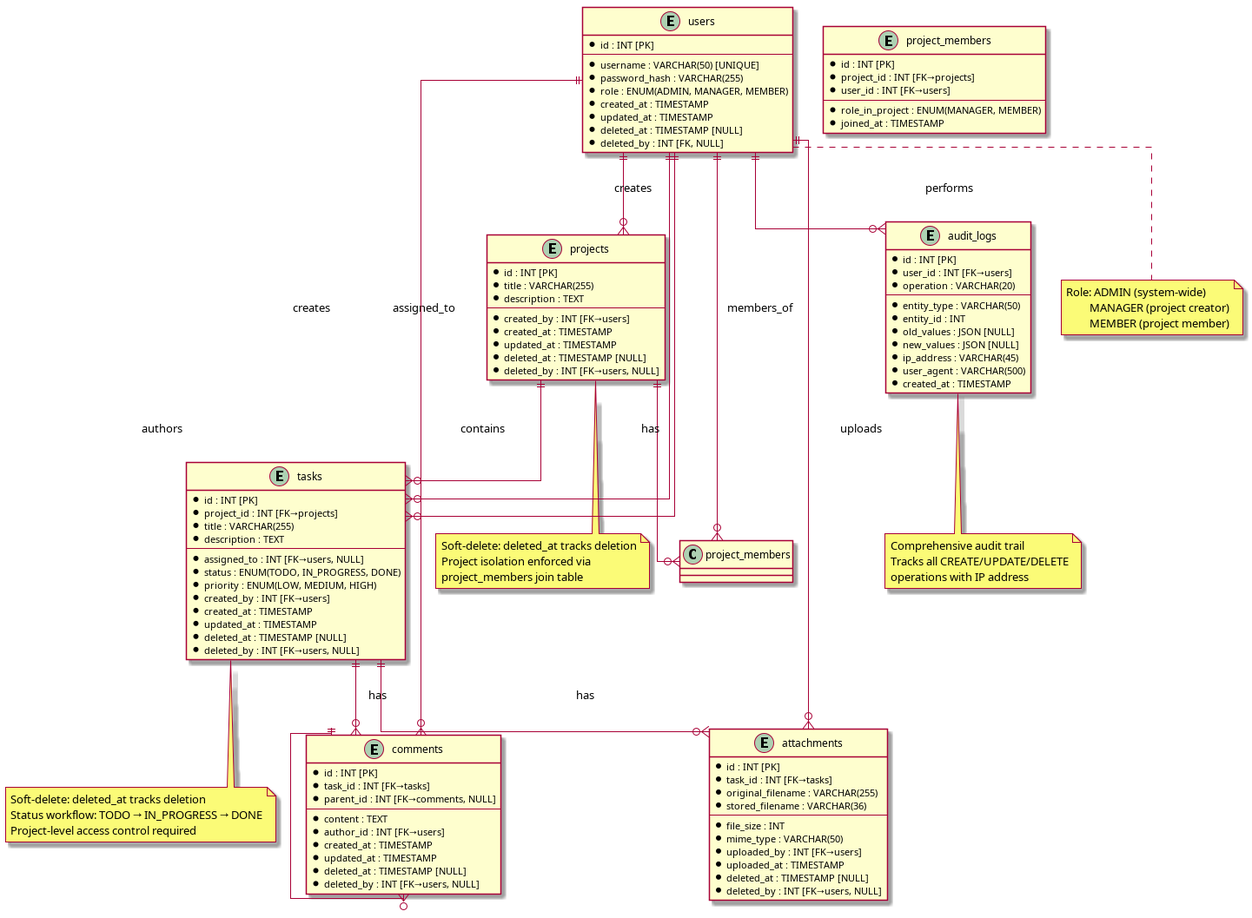
Earlier version of the PlantUML export Docs/Diagrams/06_DatabaseSchema.png (mei-desofs/desofs2026-wed_ffs_4). Its source is kept beside it as Docs/Diagrams/06_DatabaseSchema.puml.
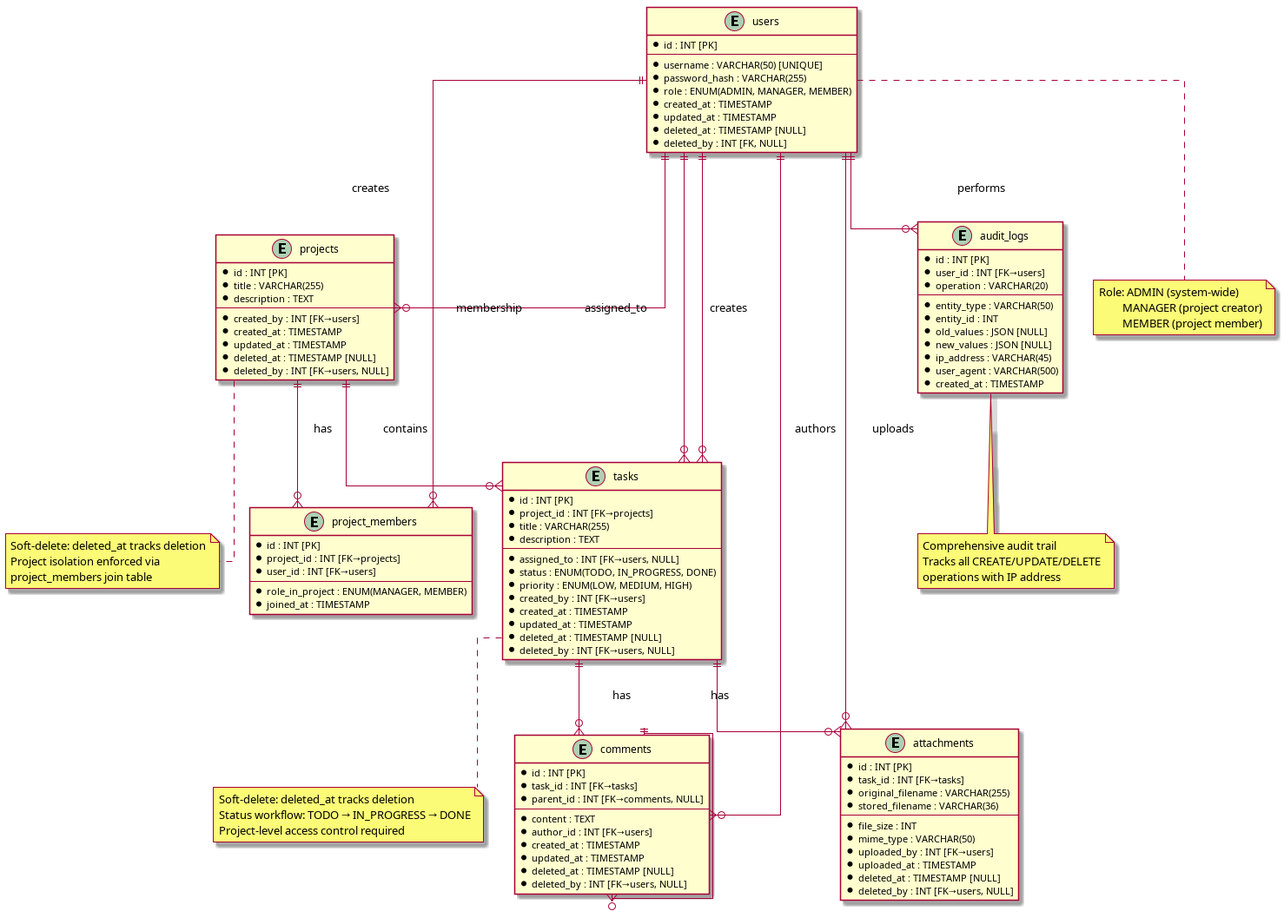
The same file after the commit.

Diff of the diagram source:
```diff
@@ -1,5 +1,4 @@
 @startuml 06_DatabaseSchema
-!define ABSTRACT abstract
 skinparam linetype ortho
 skinparam classBackgroundColor #FEFECE
 skinparam classBorderColor #A80036
@@ -94,21 +93,21 @@
   * created_at : TIMESTAMP
 }
 
-users ||--o{ projects : "creates"
-users ||--o{ project_members : "members_of"
-users ||--o{ tasks : "creates"
-users ||--o{ tasks : "assigned_to"
-users ||--o{ comments : "authors"
-users ||--o{ attachments : "uploads"
-users ||--o{ audit_logs : "performs"
+users ||--o{ projects : creates
+users ||--o{ members : membership
+users ||--o{ tasks : creates
+users ||--o{ tasks : assigned_to
+users ||--o{ comments : authors
+users ||--o{ attachments : uploads
+users ||--o{ audit_logs : performs
 
-projects ||--o{ project_members : "has"
-projects ||--o{ tasks : "contains"
+projects ||--o{ members : has
+projects ||--o{ tasks : contains
 
-tasks ||--o{ comments : "has"
-tasks ||--o{ attachments : "has"
+tasks ||--o{ comments : has
+tasks ||--o{ attachments : has
 
-comments ||--o{ comments : "nested_replies"
+comments ||--o{ comments : nested_replies
 
 note bottom of users
   Role: ADMIN (system-wide)
```
